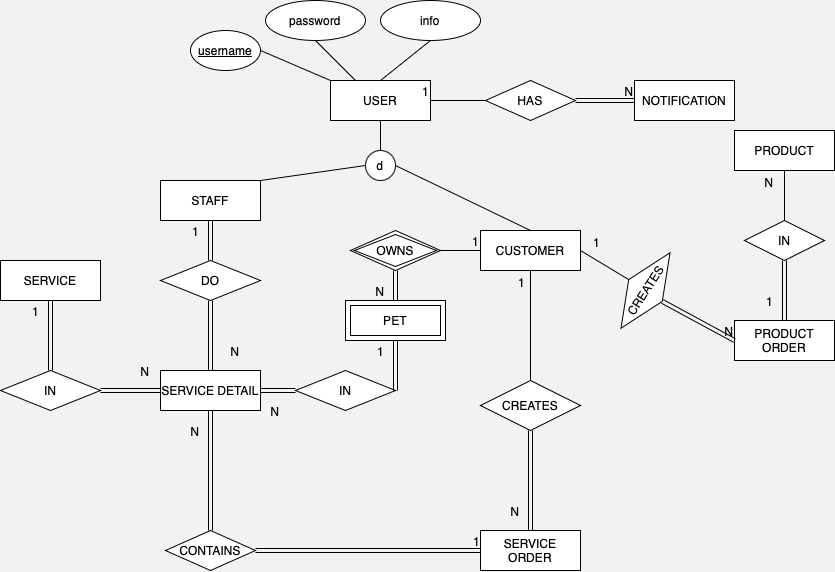
This is pet-spa-erd.drawio.png from blueonline07/auth-demo, a draw.io export, as it was before one commit. Source tidied: cells renumbered, new cells last; positions are measured from the earlier drawing's top-left corner, leaving out a move shared by most shapes.
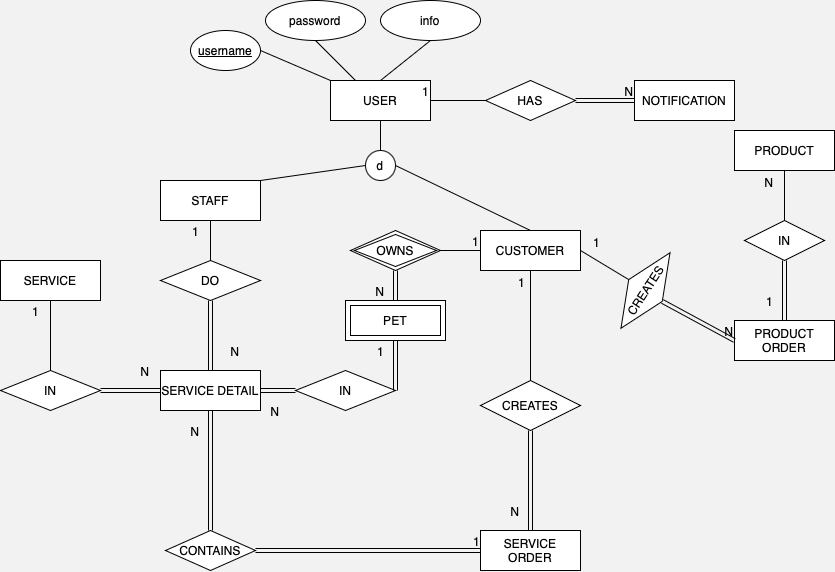
After the change.

Diff of the diagram source:
```diff
@@ -64,14 +64,6 @@
         <mxPoint x="-10" y="-10" as="offset" />
       </mxGeometry>
     </mxCell>
-    <mxCell id="20" style="shape=link;html=1;rounded=0;exitX=0.5;exitY=0;exitDx=0;exitDy=0;entryX=0.5;entryY=1;entryDx=0;entryDy=0;" parent="1" edge="1" source="17" target="3">
-      <mxGeometry relative="1" as="geometry" />
-    </mxCell>
-    <mxCell id="21" value="1" style="html=1;whiteSpace=wrap;align=right;verticalAlign=bottom;" parent="20" vertex="1">
-      <mxGeometry x="1" relative="1" as="geometry">
-        <mxPoint x="-10" y="20" as="offset" />
-      </mxGeometry>
-    </mxCell>
     <mxCell id="22" value="DO" style="shape=rhombus;perimeter=rhombusPerimeter;whiteSpace=wrap;html=1;align=center;" parent="1" vertex="1">
       <mxGeometry x="160" y="260" width="100" height="40" as="geometry" />
     </mxCell>
@@ -83,14 +75,6 @@
         <mxPoint x="30" y="-10" as="offset" />
       </mxGeometry>
     </mxCell>
-    <mxCell id="25" style="shape=link;html=1;rounded=0;exitX=0.5;exitY=0;exitDx=0;exitDy=0;entryX=0.5;entryY=1;entryDx=0;entryDy=0;" parent="1" edge="1" source="22" target="5">
-      <mxGeometry relative="1" as="geometry" />
-    </mxCell>
-    <mxCell id="26" value="1" style="html=1;whiteSpace=wrap;align=right;verticalAlign=bottom;" parent="25" vertex="1">
-      <mxGeometry x="1" relative="1" as="geometry">
-        <mxPoint x="-10" y="20" as="offset" />
-      </mxGeometry>
-    </mxCell>
     <mxCell id="27" value="SERVICE ORDER" style="whiteSpace=wrap;html=1;align=center;" parent="1" vertex="1">
       <mxGeometry x="480" y="530" width="100" height="40" as="geometry" />
     </mxCell>
@@ -223,5 +207,21 @@
     <mxCell id="66" value="1" style="html=1;whiteSpace=wrap;align=right;verticalAlign=bottom;" parent="65" vertex="1">
       <mxGeometry x="1" relative="1" as="geometry" />
     </mxCell>
+    <mxCell id="25" style="endArrow=none;html=1;rounded=0;exitX=0.5;exitY=0;exitDx=0;exitDy=0;entryX=0.5;entryY=1;entryDx=0;entryDy=0;" parent="1" edge="1" source="22" target="5">
+      <mxGeometry relative="1" as="geometry" />
+    </mxCell>
+    <mxCell id="67" value="1" style="html=1;whiteSpace=wrap;align=right;verticalAlign=bottom;" parent="25" vertex="1">
+      <mxGeometry x="1" relative="1" as="geometry">
+        <mxPoint x="-10" y="20" as="offset" />
+      </mxGeometry>
+    </mxCell>
+    <mxCell id="20" style="endArrow=none;html=1;rounded=0;exitX=0.5;exitY=0;exitDx=0;exitDy=0;entryX=0.5;entryY=1;entryDx=0;entryDy=0;" parent="1" edge="1" source="17" target="3">
+      <mxGeometry relative="1" as="geometry" />
+    </mxCell>
+    <mxCell id="68" value="1" style="html=1;whiteSpace=wrap;align=right;verticalAlign=bottom;" parent="20" vertex="1">
+      <mxGeometry x="1" relative="1" as="geometry">
+        <mxPoint x="-10" y="20" as="offset" />
+      </mxGeometry>
+    </mxCell>
   </root>
 </mxGraphModel>
```
